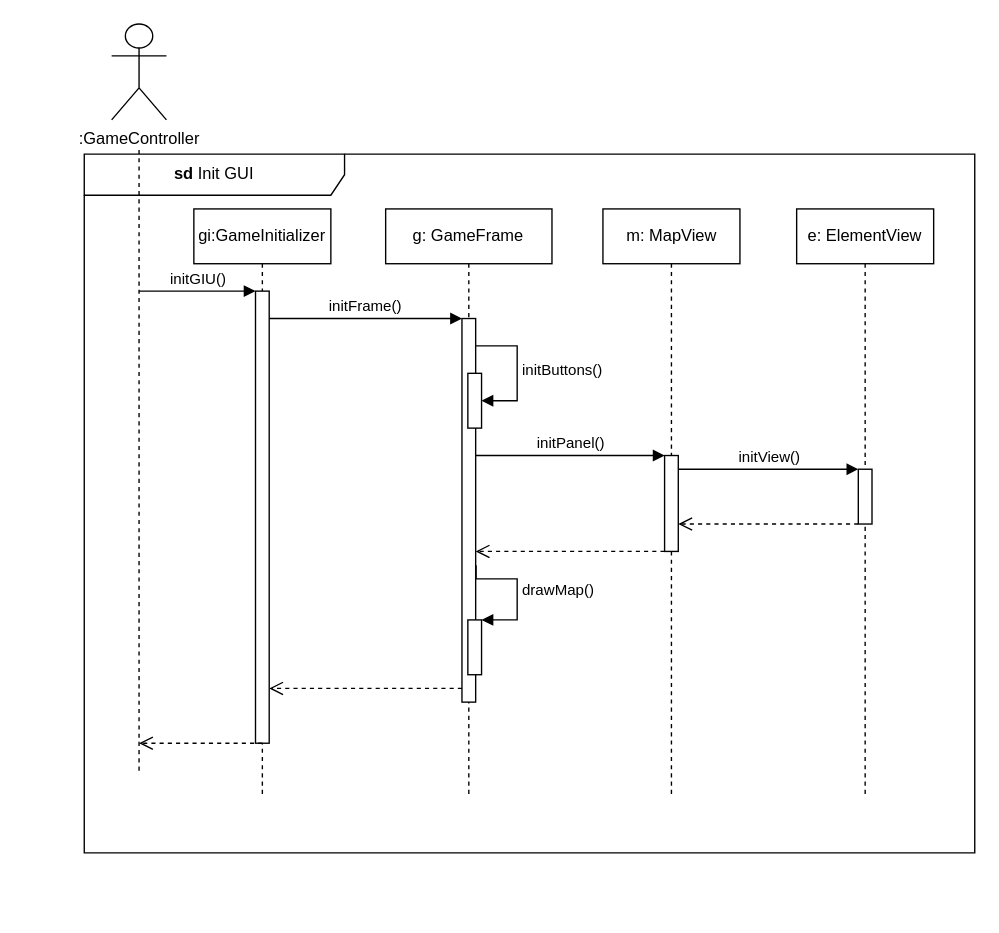
The draw.io diagram page "InitGUI" (1 of 2) of Beadások/9. Beadás - GUI tervek/ItIsWhatItIsAliasMegbukpokBsz2Bol.drawio in XanleR/U.B.R.---Projlab-2024, before the edit. Source tidied: cells renumbered, new cells numbered last; positions are measured from the earlier drawing's top-left corner, leaving out a move shared by most shapes. Both pictures are drawn from the tidied source at 137%, with x=0, y=0 at pixel (84, 23).
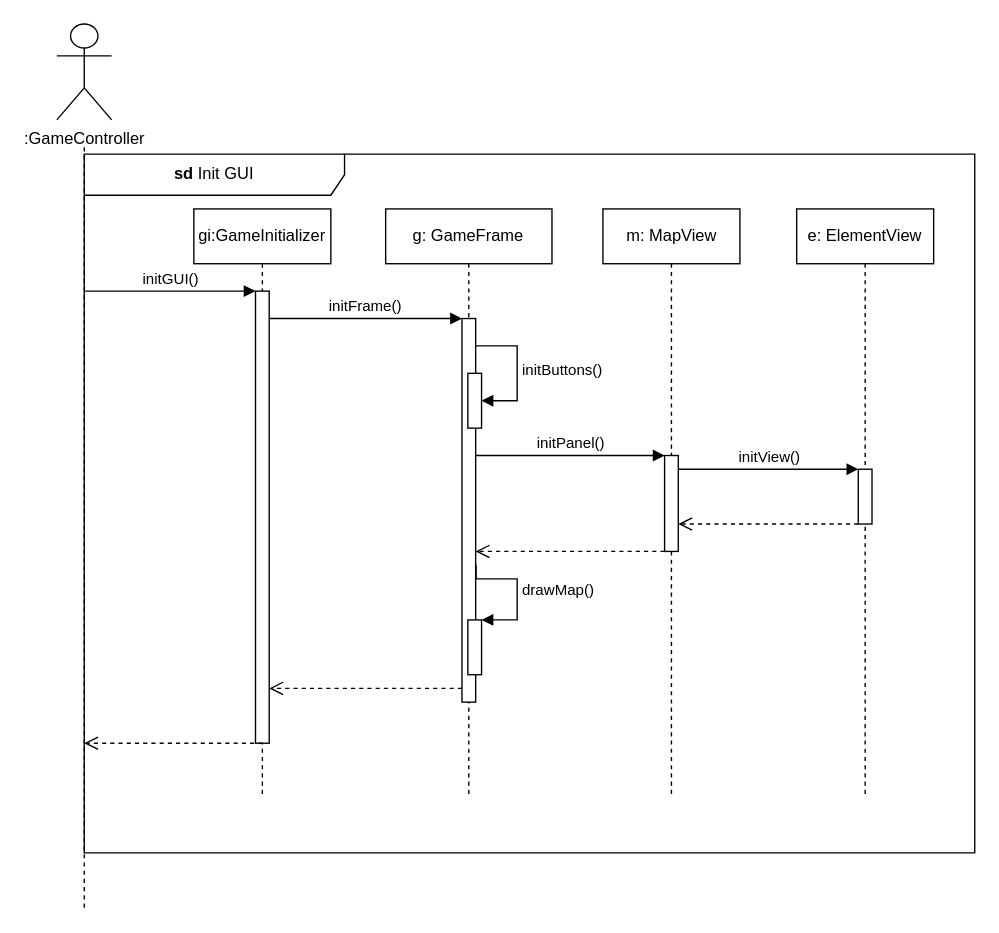
After the change.

The change refers to these unchanged cells:
```xml
<mxCell id="14" style="html=1;points=[[0,0,0,0,5],[0,1,0,0,-5],[1,0,0,0,5],[1,1,0,0,-5]];perimeter=orthogonalPerimeter;outlineConnect=0;targetShapes=umlLifeline;portConstraint=eastwest;newEdgeStyle={&quot;curved&quot;:0,&quot;rounded&quot;:0};" parent="13" vertex="1">
  <mxGeometry x="45" y="60" width="10" height="330" as="geometry" />
</mxCell>
```

The edit, as a diff of the source:
```diff
@@
     <mxCell id="11" style="endArrow=none;dashed=1;html=1;rounded=0;" parent="1" edge="1">
       <mxGeometry relative="1" as="geometry">
-        <mxPoint x="40" y="545" as="sourcePoint" />
-        <mxPoint x="40" y="90" as="targetPoint" />
+        <mxPoint y="645" as="sourcePoint" />
+        <mxPoint y="90" as="targetPoint" />
       </mxGeometry>
     </mxCell>
     <mxCell id="12" value=":GameController" style="shape=umlActor;verticalLabelPosition=bottom;verticalAlign=top;html=1;" parent="1" vertex="1">
-      <mxGeometry x="20" width="40" height="70" as="geometry" />
+      <mxGeometry x="-20" width="40" height="70" as="geometry" />
     </mxCell>
@@
-    <mxCell id="15" value="initGIU()" style="html=1;verticalAlign=bottom;endArrow=block;curved=0;rounded=0;" parent="1" edge="1" target="14">
+    <mxCell id="15" value="initGUI()" style="html=1;verticalAlign=bottom;endArrow=block;curved=0;rounded=0;" parent="1" edge="1" target="14">
       <mxGeometry relative="1" as="geometry">
-        <mxPoint x="40" y="195" as="sourcePoint" />
+        <mxPoint y="195" as="sourcePoint" />
       </mxGeometry>
     </mxCell>
@@
     <mxCell id="24" style="html=1;verticalAlign=bottom;endArrow=open;dashed=1;endSize=8;curved=0;rounded=0;" parent="1" edge="1">
       <mxGeometry relative="1" as="geometry">
         <mxPoint x="130" y="525" as="sourcePoint" />
-        <mxPoint x="40" y="525" as="targetPoint" />
+        <mxPoint y="525" as="targetPoint" />
       </mxGeometry>
     </mxCell>
```
